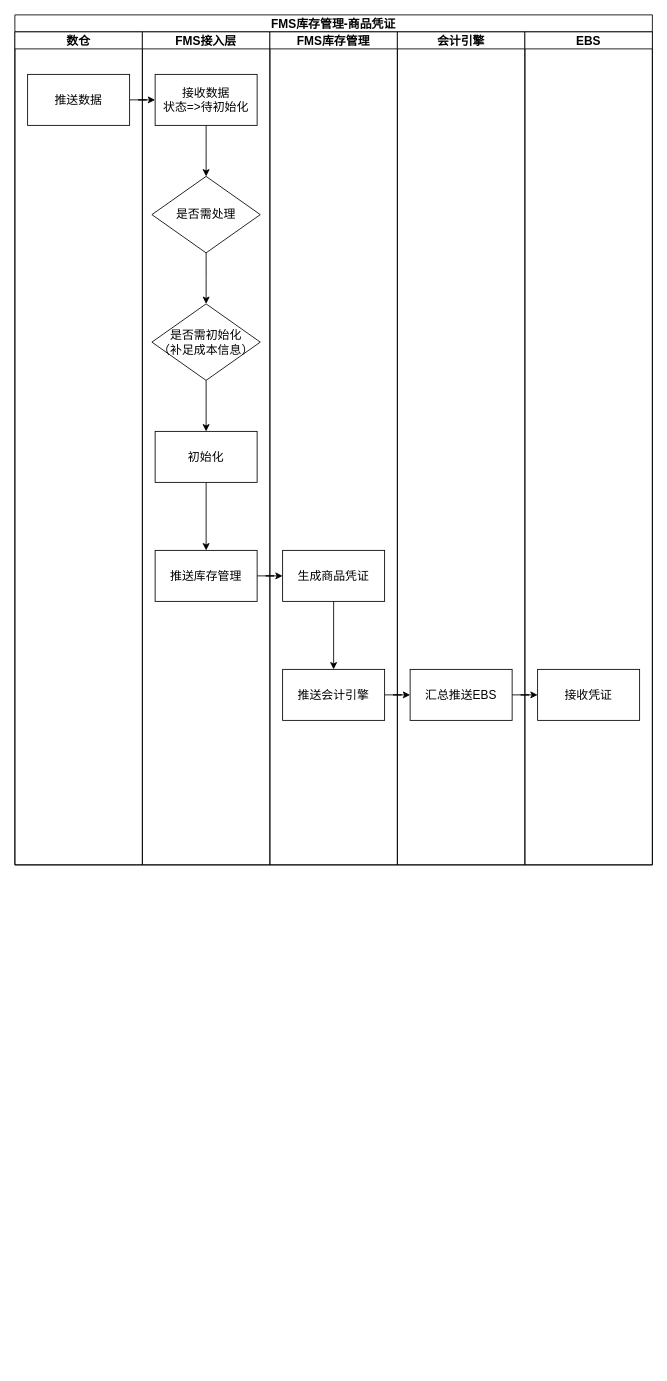
Earlier version of the draw.io diagram page "商品凭证-泳道图" (1 of 2) of FMS库存管理.drawio (guyezhi/drawio). Source tidied: cells renumbered, new cells numbered last; positions are measured from the earlier drawing's top-left corner, leaving out a move shared by most shapes. Both pictures are drawn from the tidied source at 85%, with x=0, y=0 at pixel (14, 14).
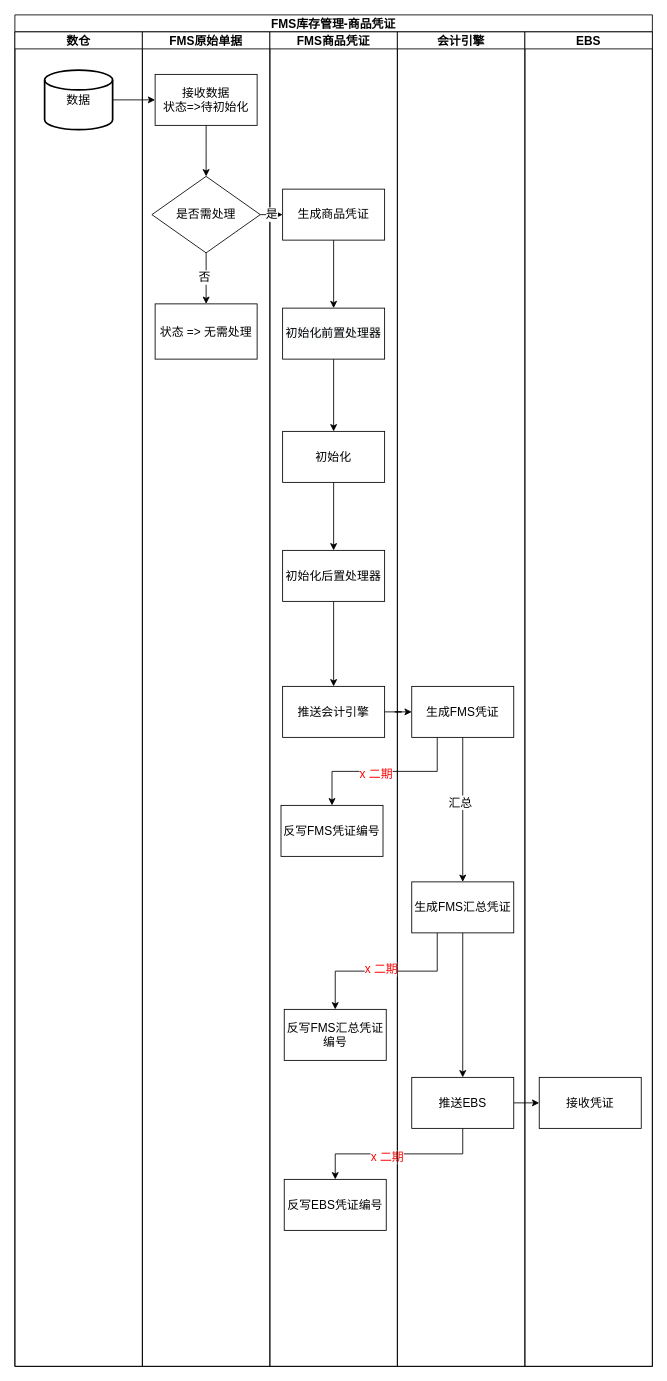
The same page after the edit.

The change refers to these unchanged cells:
```xml
<mxCell id="6" value="接收数据&lt;br&gt;状态=&amp;gt;待初始化" style="rounded=0;whiteSpace=wrap;html=1;fontSize=14;" parent="5" vertex="1">
  <mxGeometry x="15" y="50" width="120" height="60" as="geometry" />
</mxCell>
<mxCell id="7" value="是否需处理" style="rhombus;whiteSpace=wrap;html=1;fontSize=14;rounded=0;" parent="5" vertex="1">
  <mxGeometry x="11.2" y="170" width="127.5" height="90" as="geometry" />
</mxCell>
<mxCell id="9" style="edgeStyle=orthogonalEdgeStyle;rounded=0;jettySize=auto;html=1;fontSize=14;" parent="5" edge="1" source="7">
  <mxGeometry relative="1" as="geometry">
    <mxPoint x="75" y="320" as="targetPoint" />
  </mxGeometry>
</mxCell>
```

Change to the diagram source:
```diff
@@
     <mxCell id="2" value="FMS库存管理-商品凭证" style="swimlane;startSize=20;fontSize=14;" parent="1" vertex="1">
-      <mxGeometry width="750" height="1000" as="geometry" />
+      <mxGeometry width="750" height="1590" as="geometry" />
     </mxCell>
     <mxCell id="3" value="数仓" style="swimlane;startSize=20;fontSize=14;" parent="2" vertex="1">
-      <mxGeometry y="20" width="150" height="980" as="geometry" />
+      <mxGeometry y="20" width="150" height="1570" as="geometry" />
     </mxCell>
-    <mxCell id="4" value="推送数据" style="rounded=0;whiteSpace=wrap;html=1;fontSize=14;" parent="3" vertex="1">
-      <mxGeometry x="15" y="50" width="120" height="60" as="geometry" />
-    </mxCell>
+    <mxCell id="27" value="数据" style="strokeWidth=2;html=1;shape=mxgraph.flowchart.database;whiteSpace=wrap;fontSize=14;" parent="3" vertex="1">
+      <mxGeometry x="35" y="45" width="80" height="70" as="geometry" />
+    </mxCell>
-    <mxCell id="5" value="FMS接入层" style="swimlane;startSize=20;fontSize=14;" parent="2" vertex="1">
-      <mxGeometry x="150" y="20" width="150" height="980" as="geometry" />
+    <mxCell id="5" value="FMS原始单据" style="swimlane;startSize=20;fontSize=14;" parent="2" vertex="1">
+      <mxGeometry x="150" y="20" width="150" height="1570" as="geometry" />
     </mxCell>
@@
-    <mxCell id="10" value="是否需初始化&lt;br&gt;（补足成本信息）" style="rhombus;whiteSpace=wrap;html=1;fontSize=14;rounded=0;" parent="5" vertex="1">
-      <mxGeometry x="11.2" y="320" width="127.5" height="90" as="geometry" />
-    </mxCell>
-    <mxCell id="11" value="推送库存管理" style="rounded=0;whiteSpace=wrap;html=1;fontSize=14;" parent="5" vertex="1">
-      <mxGeometry x="15" y="610" width="120" height="60" as="geometry" />
-    </mxCell>
+    <mxCell id="28" value="否" style="edgeLabel;html=1;align=center;verticalAlign=middle;fontSize=14;" parent="9" vertex="1">
+      <mxGeometry x="-0.03" y="-3" relative="1" as="geometry" />
+    </mxCell>
+    <mxCell id="29" value="状态 =&amp;gt; 无需处理" style="whiteSpace=wrap;html=1;fontSize=14;rounded=0;" parent="5" vertex="1">
+      <mxGeometry x="15" y="320" width="120" height="65" as="geometry" />
+    </mxCell>
-    <mxCell id="12" value="FMS库存管理" style="swimlane;startSize=20;fontSize=14;" parent="2" vertex="1">
-      <mxGeometry x="300" y="20" width="150" height="980" as="geometry" />
+    <mxCell id="12" value="FMS商品凭证" style="swimlane;startSize=20;fontSize=14;" parent="2" vertex="1">
+      <mxGeometry x="300" y="20" width="150" height="1570" as="geometry" />
     </mxCell>
     <mxCell id="13" value="生成商品凭证" style="whiteSpace=wrap;html=1;fontSize=14;rounded=0;" parent="12" vertex="1">
-      <mxGeometry x="15" y="610" width="120" height="60" as="geometry" />
+      <mxGeometry x="15" y="185" width="120" height="60" as="geometry" />
     </mxCell>
+    <mxCell id="22" value="初始化" style="whiteSpace=wrap;html=1;fontSize=14;rounded=0;" parent="12" vertex="1">
+      <mxGeometry x="15" y="470" width="120" height="60" as="geometry" />
+    </mxCell>
+    <mxCell id="30" value="&lt;span style=&quot;background-color: rgb(255, 255, 255);&quot;&gt;反写FMS凭证编号&lt;/span&gt;" style="whiteSpace=wrap;html=1;fontSize=14;rounded=0;" parent="12" vertex="1">
+      <mxGeometry x="13.1" y="910" width="120" height="60" as="geometry" />
+    </mxCell>
+    <mxCell id="31" value="&lt;span style=&quot;&quot;&gt;反写FMS汇总凭证编号&lt;/span&gt;" style="whiteSpace=wrap;html=1;fontSize=14;rounded=0;" parent="12" vertex="1">
+      <mxGeometry x="16.9" y="1150" width="120" height="60" as="geometry" />
+    </mxCell>
+    <mxCell id="32" value="&lt;span style=&quot;background-color: rgb(255, 255, 255);&quot;&gt;反写EBS凭证编号&lt;/span&gt;" style="whiteSpace=wrap;html=1;fontSize=14;rounded=0;" parent="12" vertex="1">
+      <mxGeometry x="16.9" y="1350" width="120" height="60" as="geometry" />
+    </mxCell>
+    <mxCell id="25" value="推送会计引擎" style="whiteSpace=wrap;html=1;fontSize=14;rounded=0;" parent="12" vertex="1">
+      <mxGeometry x="15" y="770" width="120" height="60" as="geometry" />
+    </mxCell>
+    <mxCell id="33" style="edgeStyle=orthogonalEdgeStyle;rounded=0;jettySize=auto;html=1;exitX=0.25;exitY=1;exitDx=0;exitDy=0;fontSize=14;" parent="2" edge="1" source="15" target="30">
+      <mxGeometry relative="1" as="geometry" />
+    </mxCell>
+    <mxCell id="34" value="x 二期" style="edgeLabel;html=1;align=center;verticalAlign=middle;fontSize=14;fontColor=#FF0000;" parent="33" vertex="1">
+      <mxGeometry x="0.1" y="2" relative="1" as="geometry" />
+    </mxCell>
+    <mxCell id="35" style="edgeStyle=orthogonalEdgeStyle;rounded=0;jettySize=auto;html=1;exitX=0.25;exitY=1;exitDx=0;exitDy=0;entryX=0.5;entryY=0;entryDx=0;entryDy=0;fontSize=14;" parent="2" edge="1" source="42" target="31">
+      <mxGeometry relative="1" as="geometry" />
+    </mxCell>
+    <mxCell id="36" value="x 二期" style="edgeLabel;html=1;align=center;verticalAlign=middle;fontSize=14;fontColor=#FF0000;" parent="35" vertex="1">
+      <mxGeometry x="0.06" y="-3" relative="1" as="geometry" />
+    </mxCell>
+    <mxCell id="37" style="edgeStyle=orthogonalEdgeStyle;rounded=0;jettySize=auto;html=1;exitX=1;exitY=0.5;exitDx=0;exitDy=0;entryX=0;entryY=0.5;entryDx=0;entryDy=0;fontSize=14;" parent="2" edge="1" source="43" target="17">
+      <mxGeometry relative="1" as="geometry" />
+    </mxCell>
+    <mxCell id="38" style="edgeStyle=orthogonalEdgeStyle;rounded=0;jettySize=auto;html=1;exitX=0.5;exitY=1;exitDx=0;exitDy=0;entryX=0.5;entryY=0;entryDx=0;entryDy=0;fontSize=14;" parent="2" edge="1" source="43" target="32">
+      <mxGeometry relative="1" as="geometry" />
+    </mxCell>
+    <mxCell id="39" value="x 二期" style="edgeLabel;html=1;align=center;verticalAlign=middle;fontSize=14;fontColor=#FF0000;" parent="38" vertex="1">
+      <mxGeometry x="0.13" y="3" relative="1" as="geometry" />
+    </mxCell>
+    <mxCell id="24" style="edgeStyle=orthogonalEdgeStyle;rounded=0;jettySize=auto;html=1;fontSize=14;" parent="2" edge="1" source="25" target="15">
+      <mxGeometry relative="1" as="geometry" />
+    </mxCell>
     <mxCell id="14" value="会计引擎" style="swimlane;startSize=20;fontSize=14;" parent="2" vertex="1">
-      <mxGeometry x="450" y="20" width="150" height="980" as="geometry" />
+      <mxGeometry x="450" y="20" width="150" height="1570" as="geometry" />
     </mxCell>
+    <mxCell id="40" style="edgeStyle=orthogonalEdgeStyle;rounded=0;jettySize=auto;html=1;exitX=0.5;exitY=1;exitDx=0;exitDy=0;entryX=0.5;entryY=0;entryDx=0;entryDy=0;fontSize=14;" parent="14" edge="1" source="15" target="42">
+      <mxGeometry relative="1" as="geometry" />
+    </mxCell>
+    <mxCell id="41" value="汇总" style="edgeLabel;html=1;align=center;verticalAlign=middle;fontSize=14;" parent="40" vertex="1">
+      <mxGeometry x="-0.11" y="-3" relative="1" as="geometry" />
+    </mxCell>
-    <mxCell id="15" value="汇总推送EBS" style="whiteSpace=wrap;html=1;fontSize=14;rounded=0;" parent="14" vertex="1">
-      <mxGeometry x="15" y="750" width="120" height="60" as="geometry" />
+    <mxCell id="15" value="生成FMS凭证" style="whiteSpace=wrap;html=1;fontSize=14;rounded=0;" parent="14" vertex="1">
+      <mxGeometry x="16.9" y="770" width="120" height="60" as="geometry" />
     </mxCell>
+    <mxCell id="42" value="生成FMS汇总凭证" style="whiteSpace=wrap;html=1;fontSize=14;rounded=0;" parent="14" vertex="1">
+      <mxGeometry x="16.9" y="1000" width="120" height="60" as="geometry" />
+    </mxCell>
+    <mxCell id="43" value="推送EBS" style="whiteSpace=wrap;html=1;fontSize=14;rounded=0;" parent="14" vertex="1">
+      <mxGeometry x="16.9" y="1230" width="120" height="60" as="geometry" />
+    </mxCell>
+    <mxCell id="44" style="edgeStyle=orthogonalEdgeStyle;rounded=0;jettySize=auto;html=1;fontSize=14;" parent="14" edge="1" source="42" target="43">
+      <mxGeometry relative="1" as="geometry" />
+    </mxCell>
     <mxCell id="16" value="EBS" style="swimlane;startSize=20;fontSize=14;" parent="2" vertex="1">
-      <mxGeometry x="600" y="20" width="150" height="980" as="geometry" />
+      <mxGeometry x="600" y="20" width="150" height="1570" as="geometry" />
     </mxCell>
     <mxCell id="17" value="接收凭证" style="whiteSpace=wrap;html=1;fontSize=14;rounded=0;" parent="16" vertex="1">
-      <mxGeometry x="15" y="750" width="120" height="60" as="geometry" />
+      <mxGeometry x="16.9" y="1230" width="120" height="60" as="geometry" />
     </mxCell>
-    <mxCell id="18" style="edgeStyle=orthogonalEdgeStyle;rounded=0;jettySize=auto;html=1;fontSize=14;" parent="2" edge="1" source="11" target="13">
-      <mxGeometry relative="1" as="geometry" />
-    </mxCell>
-    <mxCell id="19" style="edgeStyle=orthogonalEdgeStyle;rounded=0;jettySize=auto;html=1;fontSize=14;" parent="2" edge="1" source="15" target="17">
-      <mxGeometry relative="1" as="geometry" />
-    </mxCell>
-    <mxCell id="20" style="edgeStyle=orthogonalEdgeStyle;rounded=0;jettySize=auto;html=1;entryX=0;entryY=0.5;entryDx=0;entryDy=0;fontSize=14;" parent="2" edge="1" source="4" target="6">
+    <mxCell id="20" style="edgeStyle=orthogonalEdgeStyle;rounded=0;jettySize=auto;html=1;entryX=0;entryY=0.5;entryDx=0;entryDy=0;fontSize=14;exitX=1;exitY=0.5;exitDx=0;exitDy=0;exitPerimeter=0;" parent="2" edge="1" source="27" target="6">
       <mxGeometry relative="1" as="geometry" />
     </mxCell>
-    <mxCell id="21" style="edgeStyle=orthogonalEdgeStyle;rounded=0;jettySize=auto;html=1;fontSize=14;" parent="1" edge="1" source="22" target="11">
-      <mxGeometry relative="1" as="geometry" />
-    </mxCell>
-    <mxCell id="22" value="初始化" style="whiteSpace=wrap;html=1;fontSize=14;rounded=0;" parent="1" vertex="1">
-      <mxGeometry x="165" y="490" width="120" height="60" as="geometry" />
-    </mxCell>
-    <mxCell id="23" style="edgeStyle=orthogonalEdgeStyle;rounded=0;jettySize=auto;html=1;fontSize=14;" parent="1" edge="1" source="10" target="22">
-      <mxGeometry relative="1" as="geometry" />
-    </mxCell>
-    <mxCell id="24" style="edgeStyle=orthogonalEdgeStyle;rounded=0;jettySize=auto;html=1;fontSize=14;" parent="1" edge="1" source="25" target="15">
-      <mxGeometry relative="1" as="geometry" />
-    </mxCell>
-    <mxCell id="25" value="推送会计引擎" style="whiteSpace=wrap;html=1;fontSize=14;rounded=0;" parent="1" vertex="1">
-      <mxGeometry x="315" y="770" width="120" height="60" as="geometry" />
-    </mxCell>
-    <mxCell id="26" style="edgeStyle=orthogonalEdgeStyle;rounded=0;jettySize=auto;html=1;fontSize=14;" parent="1" edge="1" source="13" target="25">
-      <mxGeometry relative="1" as="geometry" />
-    </mxCell>
+    <mxCell id="45" value="是" style="edgeStyle=orthogonalEdgeStyle;rounded=0;jettySize=auto;html=1;exitX=1;exitY=0.5;exitDx=0;exitDy=0;entryX=0;entryY=0.5;entryDx=0;entryDy=0;fontSize=14;" parent="2" edge="1" source="7" target="13">
+      <mxGeometry relative="1" as="geometry" />
+    </mxCell>
+    <mxCell id="46" style="edgeStyle=orthogonalEdgeStyle;rounded=0;jettySize=auto;html=1;exitX=0.5;exitY=1;exitDx=0;exitDy=0;entryX=0.5;entryY=0;entryDx=0;entryDy=0;fontSize=14;" parent="1" edge="1" source="47" target="22">
+      <mxGeometry relative="1" as="geometry" />
+    </mxCell>
+    <mxCell id="47" value="&lt;span style=&quot;color: rgb(0, 0, 0); font-family: Helvetica; font-size: 14px; font-style: normal; font-variant-ligatures: normal; font-variant-caps: normal; font-weight: 400; letter-spacing: normal; orphans: 2; text-align: center; text-indent: 0px; text-transform: none; widows: 2; word-spacing: 0px; -webkit-text-stroke-width: 0px; background-color: rgb(248, 249, 250); text-decoration-style: initial; text-decoration-color: initial; float: none; display: inline !important;&quot;&gt;初始化前置处理器&lt;/span&gt;" style="whiteSpace=wrap;html=1;fontSize=14;rounded=0;" parent="1" vertex="1">
+      <mxGeometry x="315" y="345" width="120" height="60" as="geometry" />
+    </mxCell>
+    <mxCell id="48" style="edgeStyle=orthogonalEdgeStyle;rounded=0;jettySize=auto;html=1;fontSize=14;" parent="1" edge="1" source="13" target="47">
+      <mxGeometry relative="1" as="geometry" />
+    </mxCell>
+    <mxCell id="49" style="edgeStyle=orthogonalEdgeStyle;rounded=0;jettySize=auto;html=1;exitX=0.5;exitY=1;exitDx=0;exitDy=0;fontSize=14;" parent="1" edge="1" source="50" target="25">
+      <mxGeometry relative="1" as="geometry" />
+    </mxCell>
+    <mxCell id="50" value="&lt;span style=&quot;&quot;&gt;初始化后置处理器&lt;/span&gt;" style="whiteSpace=wrap;html=1;fontSize=14;rounded=0;" parent="1" vertex="1">
+      <mxGeometry x="315" y="630" width="120" height="60" as="geometry" />
+    </mxCell>
+    <mxCell id="51" style="edgeStyle=orthogonalEdgeStyle;rounded=0;jettySize=auto;html=1;fontSize=14;" parent="1" edge="1" source="22" target="50">
+      <mxGeometry relative="1" as="geometry" />
+    </mxCell>
```
